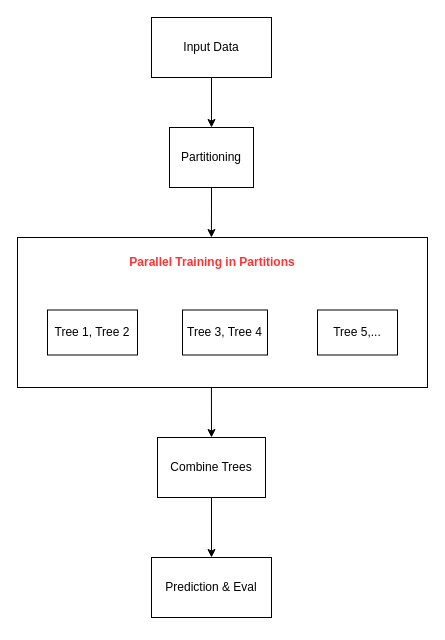
Before: bigdata.drawio in nguyenlz/draw, a draw.io diagram. Source tidied: cells renumbered, new cells numbered last; positions are measured from the earlier drawing's top-left corner, leaving out a move shared by most shapes. Both pictures are drawn from the tidied source at 100%, with x=0, y=0 at pixel (17, 17).
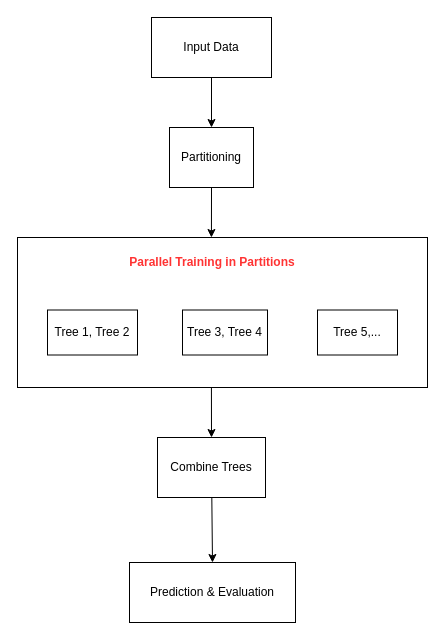
After the change.

Commit message (it also covers changes not shown here):
Cập nhật bigdata.drawio

Change to the diagram source:
```diff
@@
 <mxGraphModel>
   <root>
     <mxCell id="0" />
     <mxCell id="1" parent="0" />
     <mxCell id="2" value="Input Data" style="rounded=0;whiteSpace=wrap;html=1;" parent="1" vertex="1">
       <mxGeometry x="134" width="120" height="60" as="geometry" />
     </mxCell>
     <mxCell id="3" value="Partitioning" style="rounded=0;whiteSpace=wrap;html=1;" parent="1" vertex="1">
       <mxGeometry x="152" y="110" width="84" height="60" as="geometry" />
     </mxCell>
     <mxCell id="4" style="endArrow=classic;html=1;rounded=0;exitX=0.5;exitY=1;exitDx=0;exitDy=0;" parent="1" edge="1" source="2" target="3">
       <mxGeometry relative="1" as="geometry" />
     </mxCell>
     <mxCell id="5" style="rounded=0;whiteSpace=wrap;html=1;" parent="1" vertex="1">
       <mxGeometry y="220" width="410" height="150" as="geometry" />
     </mxCell>
     <mxCell id="6" value="Tree 1, Tree 2" style="rounded=0;whiteSpace=wrap;html=1;" parent="1" vertex="1">
       <mxGeometry x="30" y="292.5" width="90" height="45" as="geometry" />
     </mxCell>
     <mxCell id="7" value="&lt;b&gt;&lt;font color=&quot;#ff3333&quot;&gt;Parallel Training in Partitions&lt;/font&gt;&lt;/b&gt;" style="text;html=1;align=center;verticalAlign=middle;whiteSpace=wrap;rounded=0;" parent="1" vertex="1">
       <mxGeometry x="50" y="230" width="290" height="30" as="geometry" />
     </mxCell>
     <mxCell id="8" value="Tree 3, Tree 4" style="rounded=0;whiteSpace=wrap;html=1;" parent="1" vertex="1">
       <mxGeometry x="165" y="292.5" width="85" height="45" as="geometry" />
     </mxCell>
     <mxCell id="9" value="Tree 5,..." style="rounded=0;whiteSpace=wrap;html=1;" parent="1" vertex="1">
       <mxGeometry x="300" y="292.5" width="80" height="45" as="geometry" />
     </mxCell>
     <mxCell id="10" style="endArrow=classic;html=1;rounded=0;exitX=0.5;exitY=1;exitDx=0;exitDy=0;entryX=0.473;entryY=0;entryDx=0;entryDy=0;entryPerimeter=0;" parent="1" edge="1" source="3" target="5">
       <mxGeometry relative="1" as="geometry" />
     </mxCell>
     <mxCell id="11" value="Combine Trees" style="rounded=0;whiteSpace=wrap;html=1;" parent="1" vertex="1">
       <mxGeometry x="140" y="420" width="108" height="60" as="geometry" />
     </mxCell>
     <mxCell id="12" style="endArrow=classic;html=1;rounded=0;exitX=0.473;exitY=1;exitDx=0;exitDy=0;exitPerimeter=0;entryX=0.5;entryY=0;entryDx=0;entryDy=0;" parent="1" edge="1" source="5" target="11">
       <mxGeometry relative="1" as="geometry" />
     </mxCell>
-    <mxCell id="13" value="Prediction &amp;amp; Eval" style="rounded=0;whiteSpace=wrap;html=1;" parent="1" vertex="1">
-      <mxGeometry x="134" y="540" width="120" height="60" as="geometry" />
+    <mxCell id="13" value="Prediction &amp;amp; Evaluation" style="rounded=0;whiteSpace=wrap;html=1;" parent="1" vertex="1">
+      <mxGeometry x="112" y="545" width="166" height="60" as="geometry" />
     </mxCell>
     <mxCell id="14" style="endArrow=classic;html=1;rounded=0;entryX=0.5;entryY=0;entryDx=0;entryDy=0;" parent="1" edge="1" source="11" target="13">
       <mxGeometry relative="1" as="geometry" />
     </mxCell>
   </root>
 </mxGraphModel>
```
